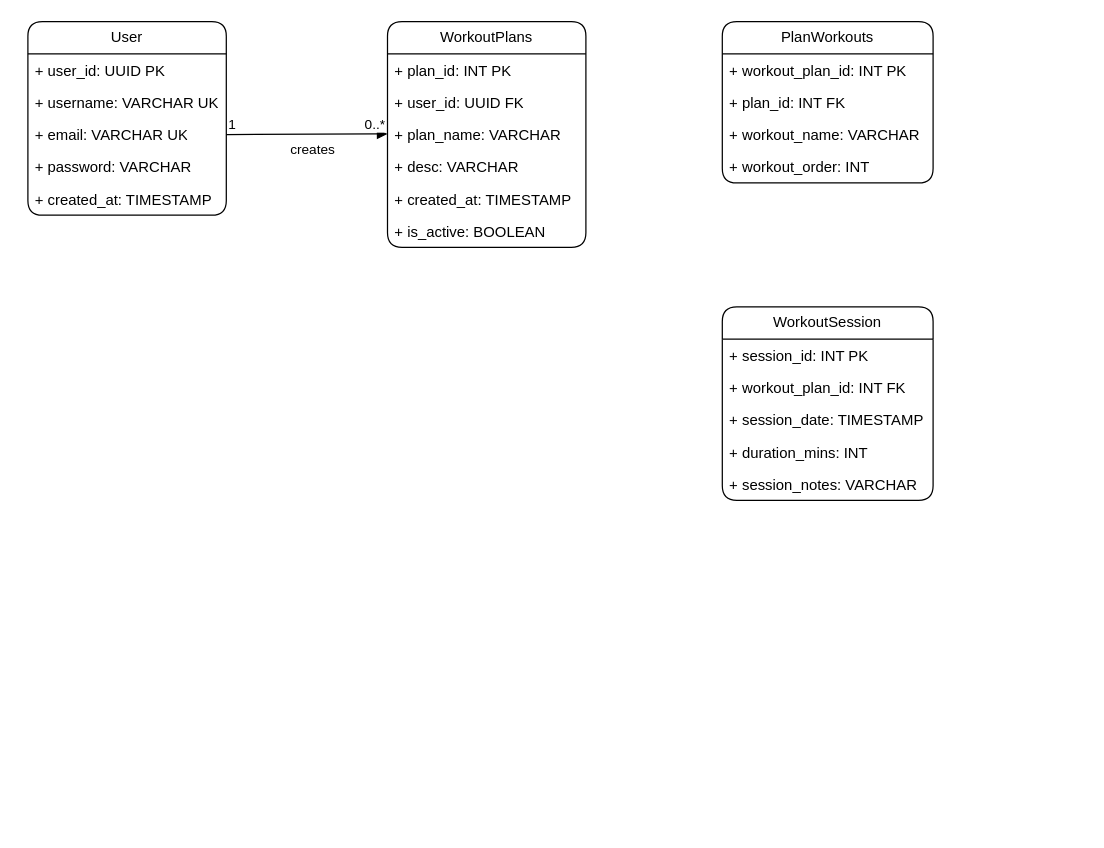
This is DB_UML_Diagram.drawio from onlynoer/workout-tracker, a draw.io file, before an edit. Source tidied: cells renumbered, new cells numbered last; positions are measured from the earlier drawing's top-left corner, leaving out a move shared by most shapes. Both pictures are drawn from the tidied source at 124%, with x=0, y=0 at pixel (27, 21).
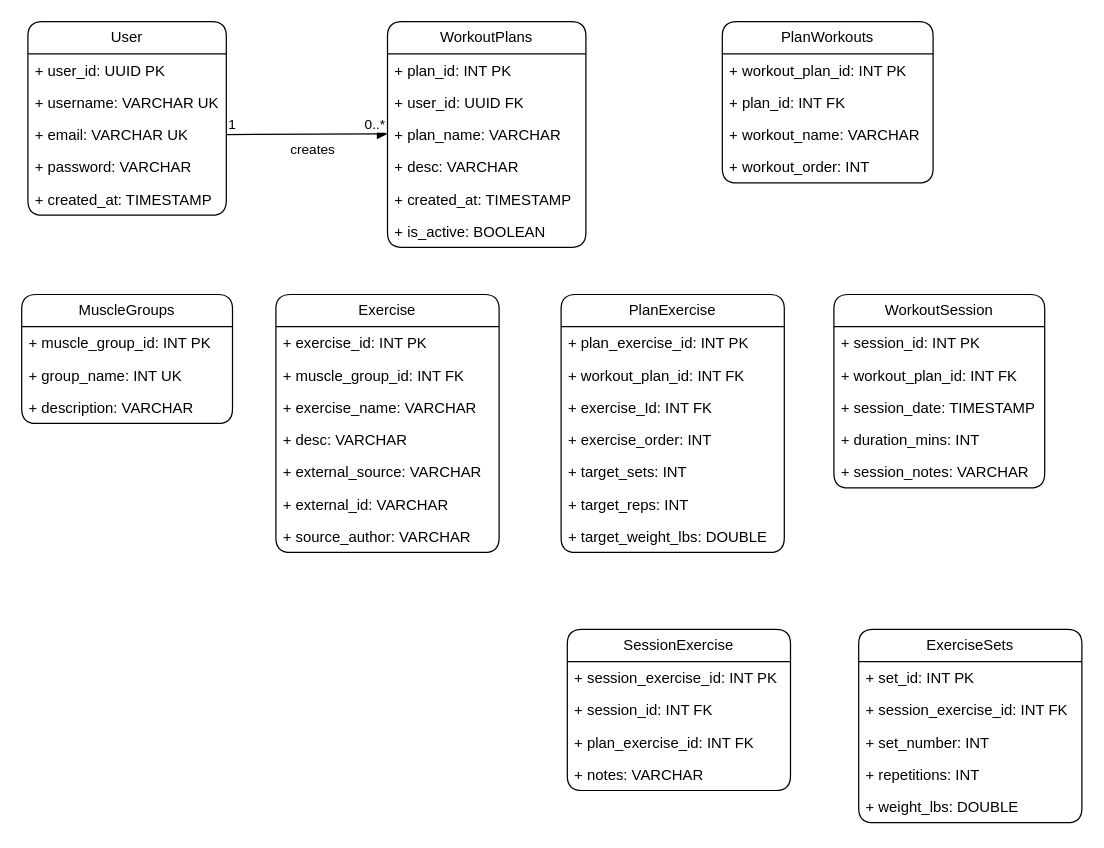
The same diagram, later.

Commit message:
added all, just need connections now

What changed in the source:
```diff
@@
     <mxCell id="23" value="WorkoutSession" style="swimlane;fontStyle=0;horizontal=1;startSize=26;fillColor=none;whiteSpace=wrap;html=1;rounded=1;roundedPerimeter=1;" parent="1" vertex="1">
-      <mxGeometry x="560" y="230" width="170" height="156" as="geometry" />
+      <mxGeometry x="650" y="220" width="170" height="156" as="geometry" />
     </mxCell>
@@
+    <mxCell id="29" value="MuscleGroups" style="swimlane;fontStyle=0;horizontal=1;startSize=26;fillColor=none;whiteSpace=wrap;html=1;rounded=1;roundedPerimeter=1;" parent="1" vertex="1">
+      <mxGeometry x="-5" y="220" width="170" height="104" as="geometry" />
+    </mxCell>
+    <mxCell id="30" value="+ muscle_group_id: INT PK" style="text;strokeColor=none;fillColor=none;align=left;verticalAlign=top;spacingLeft=4;spacingRight=4;overflow=hidden;whiteSpace=wrap;html=1;" parent="29" vertex="1">
+      <mxGeometry y="26" width="170" height="26" as="geometry" />
+    </mxCell>
+    <mxCell id="31" value="+ group_name: INT UK" style="text;strokeColor=none;fillColor=none;align=left;verticalAlign=top;spacingLeft=4;spacingRight=4;overflow=hidden;whiteSpace=wrap;html=1;" parent="29" vertex="1">
+      <mxGeometry y="52" width="170" height="26" as="geometry" />
+    </mxCell>
+    <mxCell id="32" value="+ description: VARCHAR" style="text;strokeColor=none;fillColor=none;align=left;verticalAlign=top;spacingLeft=4;spacingRight=4;overflow=hidden;whiteSpace=wrap;html=1;" parent="29" vertex="1">
+      <mxGeometry y="78" width="170" height="26" as="geometry" />
+    </mxCell>
+    <mxCell id="33" value="Exercise" style="swimlane;fontStyle=0;horizontal=1;startSize=26;fillColor=none;whiteSpace=wrap;html=1;rounded=1;roundedPerimeter=1;" parent="1" vertex="1">
+      <mxGeometry x="200" y="220" width="180" height="208" as="geometry" />
+    </mxCell>
+    <mxCell id="34" value="+ exercise_id: INT PK" style="text;strokeColor=none;fillColor=none;align=left;verticalAlign=top;spacingLeft=4;spacingRight=4;overflow=hidden;whiteSpace=wrap;html=1;" parent="33" vertex="1">
+      <mxGeometry y="26" width="180" height="26" as="geometry" />
+    </mxCell>
+    <mxCell id="35" value="+ muscle_group_id: INT FK" style="text;strokeColor=none;fillColor=none;align=left;verticalAlign=top;spacingLeft=4;spacingRight=4;overflow=hidden;whiteSpace=wrap;html=1;" parent="33" vertex="1">
+      <mxGeometry y="52" width="180" height="26" as="geometry" />
+    </mxCell>
+    <mxCell id="36" value="+ exercise_name: VARCHAR" style="text;strokeColor=none;fillColor=none;align=left;verticalAlign=top;spacingLeft=4;spacingRight=4;overflow=hidden;whiteSpace=wrap;html=1;" parent="33" vertex="1">
+      <mxGeometry y="78" width="180" height="26" as="geometry" />
+    </mxCell>
+    <mxCell id="37" value="+ desc: VARCHAR" style="text;strokeColor=none;fillColor=none;align=left;verticalAlign=top;spacingLeft=4;spacingRight=4;overflow=hidden;whiteSpace=wrap;html=1;" parent="33" vertex="1">
+      <mxGeometry y="104" width="180" height="26" as="geometry" />
+    </mxCell>
+    <mxCell id="38" value="+ external_source: VARCHAR" style="text;strokeColor=none;fillColor=none;align=left;verticalAlign=top;spacingLeft=4;spacingRight=4;overflow=hidden;whiteSpace=wrap;html=1;" parent="33" vertex="1">
+      <mxGeometry y="130" width="180" height="26" as="geometry" />
+    </mxCell>
+    <mxCell id="39" value="+ external_id: VARCHAR" style="text;strokeColor=none;fillColor=none;align=left;verticalAlign=top;spacingLeft=4;spacingRight=4;overflow=hidden;whiteSpace=wrap;html=1;" parent="33" vertex="1">
+      <mxGeometry y="156" width="180" height="26" as="geometry" />
+    </mxCell>
+    <mxCell id="40" value="+ source_author: VARCHAR" style="text;strokeColor=none;fillColor=none;align=left;verticalAlign=top;spacingLeft=4;spacingRight=4;overflow=hidden;whiteSpace=wrap;html=1;" parent="33" vertex="1">
+      <mxGeometry y="182" width="180" height="26" as="geometry" />
+    </mxCell>
+    <mxCell id="41" value="PlanExercise" style="swimlane;fontStyle=0;horizontal=1;startSize=26;fillColor=none;whiteSpace=wrap;html=1;rounded=1;roundedPerimeter=1;" parent="1" vertex="1">
+      <mxGeometry x="430" y="220" width="180" height="208" as="geometry" />
+    </mxCell>
+    <mxCell id="42" value="+ plan_exercise_id: INT PK" style="text;strokeColor=none;fillColor=none;align=left;verticalAlign=top;spacingLeft=4;spacingRight=4;overflow=hidden;whiteSpace=wrap;html=1;" parent="41" vertex="1">
+      <mxGeometry y="26" width="180" height="26" as="geometry" />
+    </mxCell>
+    <mxCell id="43" value="+ workout_plan_id: INT FK" style="text;strokeColor=none;fillColor=none;align=left;verticalAlign=top;spacingLeft=4;spacingRight=4;overflow=hidden;whiteSpace=wrap;html=1;" parent="41" vertex="1">
+      <mxGeometry y="52" width="180" height="26" as="geometry" />
+    </mxCell>
+    <mxCell id="44" value="+ exercise_Id: INT FK" style="text;strokeColor=none;fillColor=none;align=left;verticalAlign=top;spacingLeft=4;spacingRight=4;overflow=hidden;whiteSpace=wrap;html=1;" parent="41" vertex="1">
+      <mxGeometry y="78" width="180" height="26" as="geometry" />
+    </mxCell>
+    <mxCell id="45" value="+ exercise_order: INT" style="text;strokeColor=none;fillColor=none;align=left;verticalAlign=top;spacingLeft=4;spacingRight=4;overflow=hidden;whiteSpace=wrap;html=1;" parent="41" vertex="1">
+      <mxGeometry y="104" width="180" height="26" as="geometry" />
+    </mxCell>
+    <mxCell id="46" value="+ target_sets: INT" style="text;strokeColor=none;fillColor=none;align=left;verticalAlign=top;spacingLeft=4;spacingRight=4;overflow=hidden;whiteSpace=wrap;html=1;" parent="41" vertex="1">
+      <mxGeometry y="130" width="180" height="26" as="geometry" />
+    </mxCell>
+    <mxCell id="47" value="+ target_reps: INT" style="text;strokeColor=none;fillColor=none;align=left;verticalAlign=top;spacingLeft=4;spacingRight=4;overflow=hidden;whiteSpace=wrap;html=1;" parent="41" vertex="1">
+      <mxGeometry y="156" width="180" height="26" as="geometry" />
+    </mxCell>
+    <mxCell id="48" value="+ target_weight_lbs: DOUBLE" style="text;strokeColor=none;fillColor=none;align=left;verticalAlign=top;spacingLeft=4;spacingRight=4;overflow=hidden;whiteSpace=wrap;html=1;" parent="41" vertex="1">
+      <mxGeometry y="182" width="180" height="26" as="geometry" />
+    </mxCell>
+    <mxCell id="49" value="SessionExercise" style="swimlane;fontStyle=0;horizontal=1;startSize=26;fillColor=none;whiteSpace=wrap;html=1;rounded=1;roundedPerimeter=1;" parent="1" vertex="1">
+      <mxGeometry x="435" y="490" width="180" height="130" as="geometry" />
+    </mxCell>
+    <mxCell id="50" value="+ session_exercise_id: INT PK" style="text;strokeColor=none;fillColor=none;align=left;verticalAlign=top;spacingLeft=4;spacingRight=4;overflow=hidden;whiteSpace=wrap;html=1;" parent="49" vertex="1">
+      <mxGeometry y="26" width="180" height="26" as="geometry" />
+    </mxCell>
+    <mxCell id="51" value="+ session_id: INT FK" style="text;strokeColor=none;fillColor=none;align=left;verticalAlign=top;spacingLeft=4;spacingRight=4;overflow=hidden;whiteSpace=wrap;html=1;" parent="49" vertex="1">
+      <mxGeometry y="52" width="180" height="26" as="geometry" />
+    </mxCell>
+    <mxCell id="52" value="+ plan_exercise_id: INT FK" style="text;strokeColor=none;fillColor=none;align=left;verticalAlign=top;spacingLeft=4;spacingRight=4;overflow=hidden;whiteSpace=wrap;html=1;" parent="49" vertex="1">
+      <mxGeometry y="78" width="180" height="26" as="geometry" />
+    </mxCell>
+    <mxCell id="53" value="+ notes: VARCHAR" style="text;strokeColor=none;fillColor=none;align=left;verticalAlign=top;spacingLeft=4;spacingRight=4;overflow=hidden;whiteSpace=wrap;html=1;" parent="49" vertex="1">
+      <mxGeometry y="104" width="180" height="26" as="geometry" />
+    </mxCell>
+    <mxCell id="54" value="ExerciseSets" style="swimlane;fontStyle=0;horizontal=1;startSize=26;fillColor=none;whiteSpace=wrap;html=1;rounded=1;roundedPerimeter=1;" parent="1" vertex="1">
+      <mxGeometry x="670" y="490" width="180" height="156" as="geometry" />
+    </mxCell>
+    <mxCell id="55" value="+ set_id: INT PK" style="text;strokeColor=none;fillColor=none;align=left;verticalAlign=top;spacingLeft=4;spacingRight=4;overflow=hidden;whiteSpace=wrap;html=1;" parent="54" vertex="1">
+      <mxGeometry y="26" width="180" height="26" as="geometry" />
+    </mxCell>
+    <mxCell id="56" value="+ session_exercise_id: INT FK" style="text;strokeColor=none;fillColor=none;align=left;verticalAlign=top;spacingLeft=4;spacingRight=4;overflow=hidden;whiteSpace=wrap;html=1;" parent="54" vertex="1">
+      <mxGeometry y="52" width="180" height="26" as="geometry" />
+    </mxCell>
+    <mxCell id="57" value="+ set_number: INT" style="text;strokeColor=none;fillColor=none;align=left;verticalAlign=top;spacingLeft=4;spacingRight=4;overflow=hidden;whiteSpace=wrap;html=1;" parent="54" vertex="1">
+      <mxGeometry y="78" width="180" height="26" as="geometry" />
+    </mxCell>
+    <mxCell id="58" value="+ repetitions: INT" style="text;strokeColor=none;fillColor=none;align=left;verticalAlign=top;spacingLeft=4;spacingRight=4;overflow=hidden;whiteSpace=wrap;html=1;" parent="54" vertex="1">
+      <mxGeometry y="104" width="180" height="26" as="geometry" />
+    </mxCell>
+    <mxCell id="59" value="+ weight_lbs: DOUBLE" style="text;strokeColor=none;fillColor=none;align=left;verticalAlign=top;spacingLeft=4;spacingRight=4;overflow=hidden;whiteSpace=wrap;html=1;" parent="54" vertex="1">
+      <mxGeometry y="130" width="180" height="26" as="geometry" />
+    </mxCell>
```
